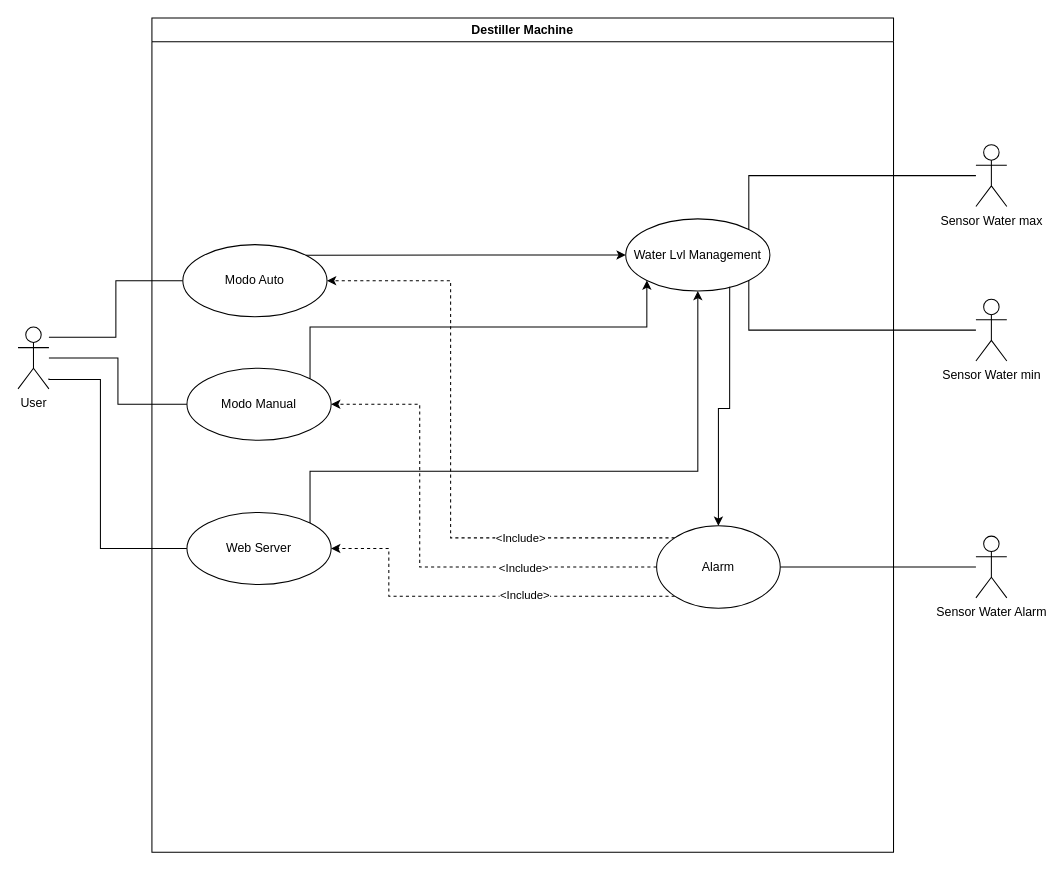
Above: Documentation/diagrams/UseCase/CasoDeUso2.drawio in primituga/InteligentDestiller (draw.io), before the change. Source tidied: cells renumbered, new cells numbered last; positions are measured from the earlier drawing's top-left corner, leaving out a move shared by most shapes. Both pictures are drawn from the tidied source at 103%, with x=0, y=0 at pixel (18, 18).
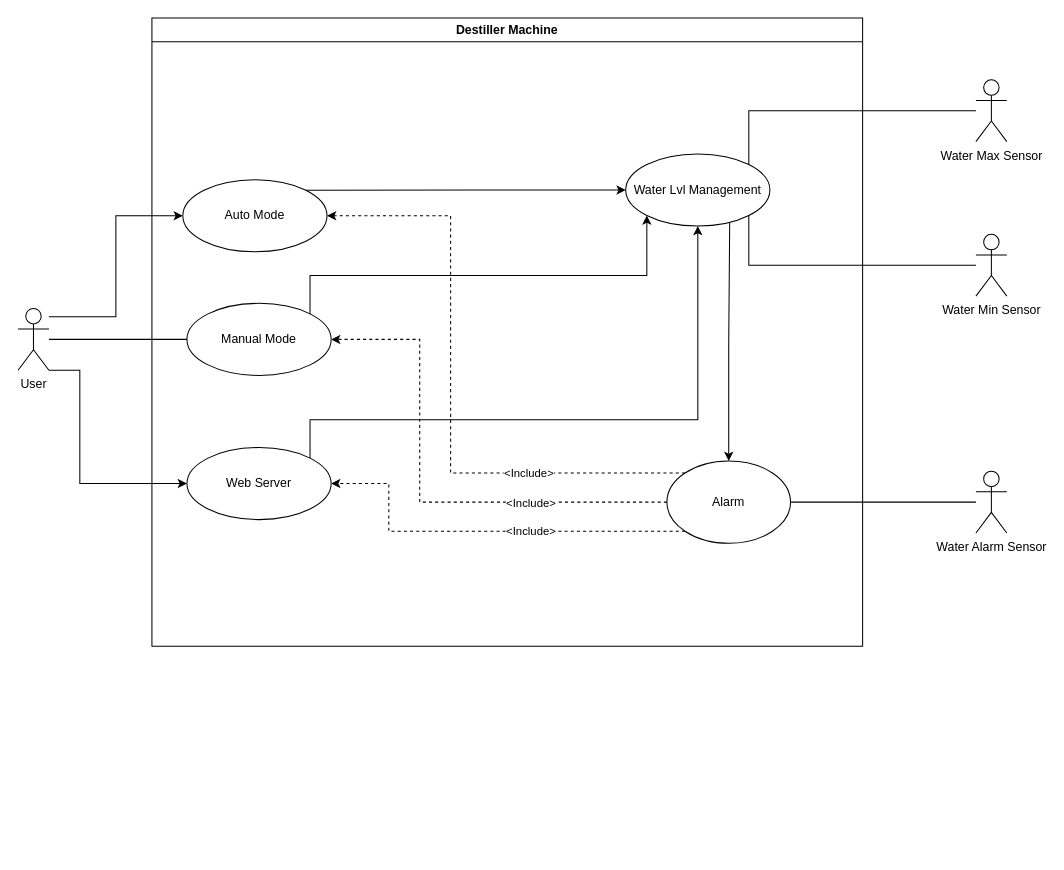
Above is the later version.

Change to the diagram source:
```diff
@@
+    <mxCell id="6" value="Destiller Machine" style="swimlane;whiteSpace=wrap;html=1;" parent="1" vertex="1">
+      <mxGeometry x="130" width="690" height="610" as="geometry" />
+    </mxCell>
-    <mxCell id="2" style="edgeStyle=orthogonalEdgeStyle;rounded=0;jettySize=auto;html=1;entryX=0;entryY=0.5;entryDx=0;entryDy=0;endArrow=none;endFill=0;" parent="1" edge="1" source="5" target="7">
+    <mxCell id="2" style="edgeStyle=orthogonalEdgeStyle;rounded=0;jettySize=auto;html=1;entryX=0;entryY=0.5;entryDx=0;entryDy=0;endArrow=none;endFill=0;" parent="6" edge="1" source="5" target="7">
       <mxGeometry relative="1" as="geometry" />
     </mxCell>
-    <mxCell id="3" style="edgeStyle=orthogonalEdgeStyle;rounded=0;jettySize=auto;html=1;entryX=0;entryY=0.5;entryDx=0;entryDy=0;endArrow=none;endFill=0;" parent="1" edge="1" target="8">
-      <mxGeometry relative="1" as="geometry">
-        <mxPoint x="30" y="350" as="sourcePoint" />
-        <Array as="points">
-          <mxPoint x="30" y="351" />
-          <mxPoint x="80" y="351" />
-          <mxPoint x="80" y="515" />
-        </Array>
-      </mxGeometry>
-    </mxCell>
-    <mxCell id="4" style="edgeStyle=orthogonalEdgeStyle;rounded=0;jettySize=auto;html=1;entryX=0;entryY=0.5;entryDx=0;entryDy=0;endArrow=none;endFill=0;" parent="1" edge="1" source="5" target="9">
+    <mxCell id="4" style="edgeStyle=orthogonalEdgeStyle;rounded=0;jettySize=auto;html=1;entryX=0;entryY=0.5;entryDx=0;entryDy=0;" parent="6" edge="1" source="5" target="9">
       <mxGeometry relative="1" as="geometry">
         <Array as="points">
-          <mxPoint x="95" y="310" />
-          <mxPoint x="95" y="255" />
+          <mxPoint x="-35" y="290" />
+          <mxPoint x="-35" y="192" />
         </Array>
       </mxGeometry>
     </mxCell>
+    <mxCell id="28" style="edgeStyle=orthogonalEdgeStyle;rounded=0;jettySize=auto;html=1;exitX=1;exitY=1;exitDx=0;exitDy=0;exitPerimeter=0;entryX=0;entryY=0.5;entryDx=0;entryDy=0;" parent="6" edge="1" source="5" target="8">
+      <mxGeometry relative="1" as="geometry">
+        <Array as="points">
+          <mxPoint x="-70" y="342" />
+          <mxPoint x="-70" y="452" />
+        </Array>
+      </mxGeometry>
+    </mxCell>
-    <mxCell id="5" value="User" style="shape=umlActor;verticalLabelPosition=bottom;verticalAlign=top;html=1;outlineConnect=0;" parent="1" vertex="1">
-      <mxGeometry y="300" width="30" height="60" as="geometry" />
+    <mxCell id="5" value="User" style="shape=umlActor;verticalLabelPosition=bottom;verticalAlign=top;html=1;outlineConnect=0;" parent="6" vertex="1">
+      <mxGeometry x="-130" y="282" width="30" height="60" as="geometry" />
     </mxCell>
-    <mxCell id="6" value="Destiller Machine" style="swimlane;whiteSpace=wrap;html=1;" parent="1" vertex="1">
-      <mxGeometry x="130" width="720" height="810" as="geometry" />
-    </mxCell>
-    <mxCell id="7" value="Modo Manual" style="ellipse;whiteSpace=wrap;html=1;" parent="6" vertex="1">
-      <mxGeometry x="34" y="340" width="140" height="70" as="geometry" />
+    <mxCell id="7" value="Manual Mode" style="ellipse;whiteSpace=wrap;html=1;" parent="6" vertex="1">
+      <mxGeometry x="34" y="277" width="140" height="70" as="geometry" />
     </mxCell>
     <mxCell id="8" value="Web Server" style="ellipse;whiteSpace=wrap;html=1;" parent="6" vertex="1">
-      <mxGeometry x="34" y="480" width="140" height="70" as="geometry" />
+      <mxGeometry x="34" y="417" width="140" height="70" as="geometry" />
     </mxCell>
-    <mxCell id="9" value="Modo Auto" style="ellipse;whiteSpace=wrap;html=1;" parent="6" vertex="1">
-      <mxGeometry x="30" y="220" width="140" height="70" as="geometry" />
+    <mxCell id="9" value="Auto Mode" style="ellipse;whiteSpace=wrap;html=1;" parent="6" vertex="1">
+      <mxGeometry x="30" y="157" width="140" height="70" as="geometry" />
     </mxCell>
@@
     <mxCell id="11" style="edgeStyle=orthogonalEdgeStyle;rounded=0;jettySize=auto;html=1;exitX=0;exitY=1;exitDx=0;exitDy=0;entryX=1;entryY=0;entryDx=0;entryDy=0;startArrow=classic;startFill=1;endArrow=none;endFill=0;" parent="6" edge="1" source="13" target="7">
       <mxGeometry relative="1" as="geometry">
         <Array as="points">
-          <mxPoint x="481" y="300" />
-          <mxPoint x="154" y="300" />
+          <mxPoint x="481" y="250" />
+          <mxPoint x="154" y="250" />
         </Array>
       </mxGeometry>
     </mxCell>
     <mxCell id="12" style="edgeStyle=orthogonalEdgeStyle;rounded=0;jettySize=auto;html=1;entryX=1;entryY=0;entryDx=0;entryDy=0;startArrow=classic;startFill=1;endArrow=none;endFill=0;" parent="6" edge="1" source="13" target="8">
       <mxGeometry relative="1" as="geometry">
         <Array as="points">
-          <mxPoint x="530" y="440" />
-          <mxPoint x="154" y="440" />
+          <mxPoint x="530" y="390" />
+          <mxPoint x="154" y="390" />
         </Array>
       </mxGeometry>
     </mxCell>
     <mxCell id="13" value="Water Lvl Management" style="ellipse;whiteSpace=wrap;html=1;" parent="6" vertex="1">
-      <mxGeometry x="460" y="195" width="140" height="70" as="geometry" />
+      <mxGeometry x="460" y="132" width="140" height="70" as="geometry" />
     </mxCell>
-    <mxCell id="14" style="edgeStyle=orthogonalEdgeStyle;rounded=0;jettySize=auto;html=1;entryX=1;entryY=1;entryDx=0;entryDy=0;endArrow=none;endFill=0;" parent="1" edge="1" source="15" target="13">
+    <mxCell id="14" style="edgeStyle=orthogonalEdgeStyle;rounded=0;jettySize=auto;html=1;entryX=1;entryY=1;entryDx=0;entryDy=0;endArrow=none;endFill=0;" parent="6" edge="1" source="15" target="13">
       <mxGeometry relative="1" as="geometry" />
     </mxCell>
-    <mxCell id="15" value="Sensor&amp;nbsp;Water min" style="shape=umlActor;verticalLabelPosition=bottom;verticalAlign=top;html=1;outlineConnect=0;" parent="1" vertex="1">
-      <mxGeometry x="930" y="273" width="30" height="60" as="geometry" />
+    <mxCell id="15" value="Water Min Sensor" style="shape=umlActor;verticalLabelPosition=bottom;verticalAlign=top;html=1;outlineConnect=0;" parent="6" vertex="1">
+      <mxGeometry x="800" y="210" width="30" height="60" as="geometry" />
     </mxCell>
-    <mxCell id="16" style="edgeStyle=orthogonalEdgeStyle;rounded=0;jettySize=auto;html=1;entryX=1;entryY=0;entryDx=0;entryDy=0;endArrow=none;endFill=0;" parent="1" edge="1" source="17" target="13">
+    <mxCell id="16" style="edgeStyle=orthogonalEdgeStyle;rounded=0;jettySize=auto;html=1;entryX=1;entryY=0;entryDx=0;entryDy=0;endArrow=none;endFill=0;" parent="6" edge="1" source="17" target="13">
       <mxGeometry relative="1" as="geometry" />
     </mxCell>
-    <mxCell id="17" value="Sensor Water max" style="shape=umlActor;verticalLabelPosition=bottom;verticalAlign=top;html=1;outlineConnect=0;" parent="1" vertex="1">
-      <mxGeometry x="930" y="123" width="30" height="60" as="geometry" />
+    <mxCell id="17" value="Water Max Sensor" style="shape=umlActor;verticalLabelPosition=bottom;verticalAlign=top;html=1;outlineConnect=0;" parent="6" vertex="1">
+      <mxGeometry x="800" y="60" width="30" height="60" as="geometry" />
     </mxCell>
-    <mxCell id="18" style="edgeStyle=orthogonalEdgeStyle;rounded=0;jettySize=auto;html=1;entryX=1;entryY=0.5;entryDx=0;entryDy=0;endArrow=none;endFill=0;" parent="1" edge="1" source="19" target="26">
+    <mxCell id="18" style="edgeStyle=orthogonalEdgeStyle;rounded=0;jettySize=auto;html=1;entryX=1;entryY=0.5;entryDx=0;entryDy=0;endArrow=none;endFill=0;" parent="6" edge="1" source="19" target="26">
       <mxGeometry relative="1" as="geometry" />
     </mxCell>
-    <mxCell id="19" value="Sensor&amp;nbsp;Water Alarm" style="shape=umlActor;verticalLabelPosition=bottom;verticalAlign=top;html=1;outlineConnect=0;" parent="1" vertex="1">
-      <mxGeometry x="930" y="503" width="30" height="60" as="geometry" />
+    <mxCell id="19" value="Water Alarm Sensor" style="shape=umlActor;verticalLabelPosition=bottom;verticalAlign=top;html=1;outlineConnect=0;" parent="6" vertex="1">
+      <mxGeometry x="800" y="440" width="30" height="60" as="geometry" />
     </mxCell>
-    <mxCell id="20" style="edgeStyle=orthogonalEdgeStyle;rounded=0;jettySize=auto;html=1;entryX=1;entryY=0.5;entryDx=0;entryDy=0;exitX=0;exitY=0;exitDx=0;exitDy=0;startArrow=none;startFill=0;endArrow=classic;endFill=1;dashed=1;" parent="1" edge="1" source="26" target="9">
+    <mxCell id="20" style="edgeStyle=orthogonalEdgeStyle;rounded=0;jettySize=auto;html=1;entryX=1;entryY=0.5;entryDx=0;entryDy=0;exitX=0;exitY=0;exitDx=0;exitDy=0;startArrow=none;startFill=0;endArrow=classic;endFill=1;dashed=1;" parent="6" edge="1" source="26" target="9">
       <mxGeometry relative="1" as="geometry">
         <Array as="points">
-          <mxPoint x="420" y="505" />
-          <mxPoint x="420" y="255" />
+          <mxPoint x="290" y="442" />
+          <mxPoint x="290" y="192" />
         </Array>
       </mxGeometry>
     </mxCell>
@@
-    <mxCell id="22" style="edgeStyle=orthogonalEdgeStyle;rounded=0;jettySize=auto;html=1;entryX=1;entryY=0.5;entryDx=0;entryDy=0;startArrow=none;startFill=0;endArrow=classic;endFill=1;dashed=1;" parent="1" edge="1" source="26" target="7">
+    <mxCell id="22" style="edgeStyle=orthogonalEdgeStyle;rounded=0;jettySize=auto;html=1;entryX=1;entryY=0.5;entryDx=0;entryDy=0;startArrow=none;startFill=0;endArrow=classic;endFill=1;dashed=1;" parent="6" edge="1" source="26" target="7">
       <mxGeometry relative="1" as="geometry">
         <Array as="points">
-          <mxPoint x="390" y="533" />
-          <mxPoint x="390" y="375" />
+          <mxPoint x="260" y="470" />
+          <mxPoint x="260" y="312" />
         </Array>
       </mxGeometry>
     </mxCell>
@@
-    <mxCell id="24" style="edgeStyle=orthogonalEdgeStyle;rounded=0;jettySize=auto;html=1;exitX=0;exitY=1;exitDx=0;exitDy=0;entryX=1;entryY=0.5;entryDx=0;entryDy=0;startArrow=none;startFill=0;endArrow=classic;endFill=1;dashed=1;" parent="1" edge="1" source="26" target="8">
+    <mxCell id="24" style="edgeStyle=orthogonalEdgeStyle;rounded=0;jettySize=auto;html=1;exitX=0;exitY=1;exitDx=0;exitDy=0;entryX=1;entryY=0.5;entryDx=0;entryDy=0;startArrow=none;startFill=0;endArrow=classic;endFill=1;dashed=1;" parent="6" edge="1" source="26" target="8">
       <mxGeometry relative="1" as="geometry">
         <Array as="points">
-          <mxPoint x="360" y="561" />
-          <mxPoint x="360" y="515" />
+          <mxPoint x="230" y="498" />
+          <mxPoint x="230" y="452" />
         </Array>
       </mxGeometry>
     </mxCell>
@@
-    <mxCell id="26" value="Alarm" style="ellipse;whiteSpace=wrap;html=1;" parent="1" vertex="1">
-      <mxGeometry x="620" y="493" width="120" height="80" as="geometry" />
+    <mxCell id="26" value="Alarm" style="ellipse;whiteSpace=wrap;html=1;" parent="6" vertex="1">
+      <mxGeometry x="500" y="430" width="120" height="80" as="geometry" />
     </mxCell>
-    <mxCell id="27" style="edgeStyle=orthogonalEdgeStyle;rounded=0;jettySize=auto;html=1;entryX=0.721;entryY=0.943;entryDx=0;entryDy=0;entryPerimeter=0;startArrow=classic;startFill=1;endArrow=none;endFill=0;" parent="1" edge="1" source="26" target="13">
+    <mxCell id="27" style="edgeStyle=orthogonalEdgeStyle;rounded=0;jettySize=auto;html=1;entryX=0.721;entryY=0.943;entryDx=0;entryDy=0;entryPerimeter=0;startArrow=classic;startFill=1;endArrow=none;endFill=0;" parent="6" edge="1" source="26" target="13">
       <mxGeometry relative="1" as="geometry" />
     </mxCell>
```
